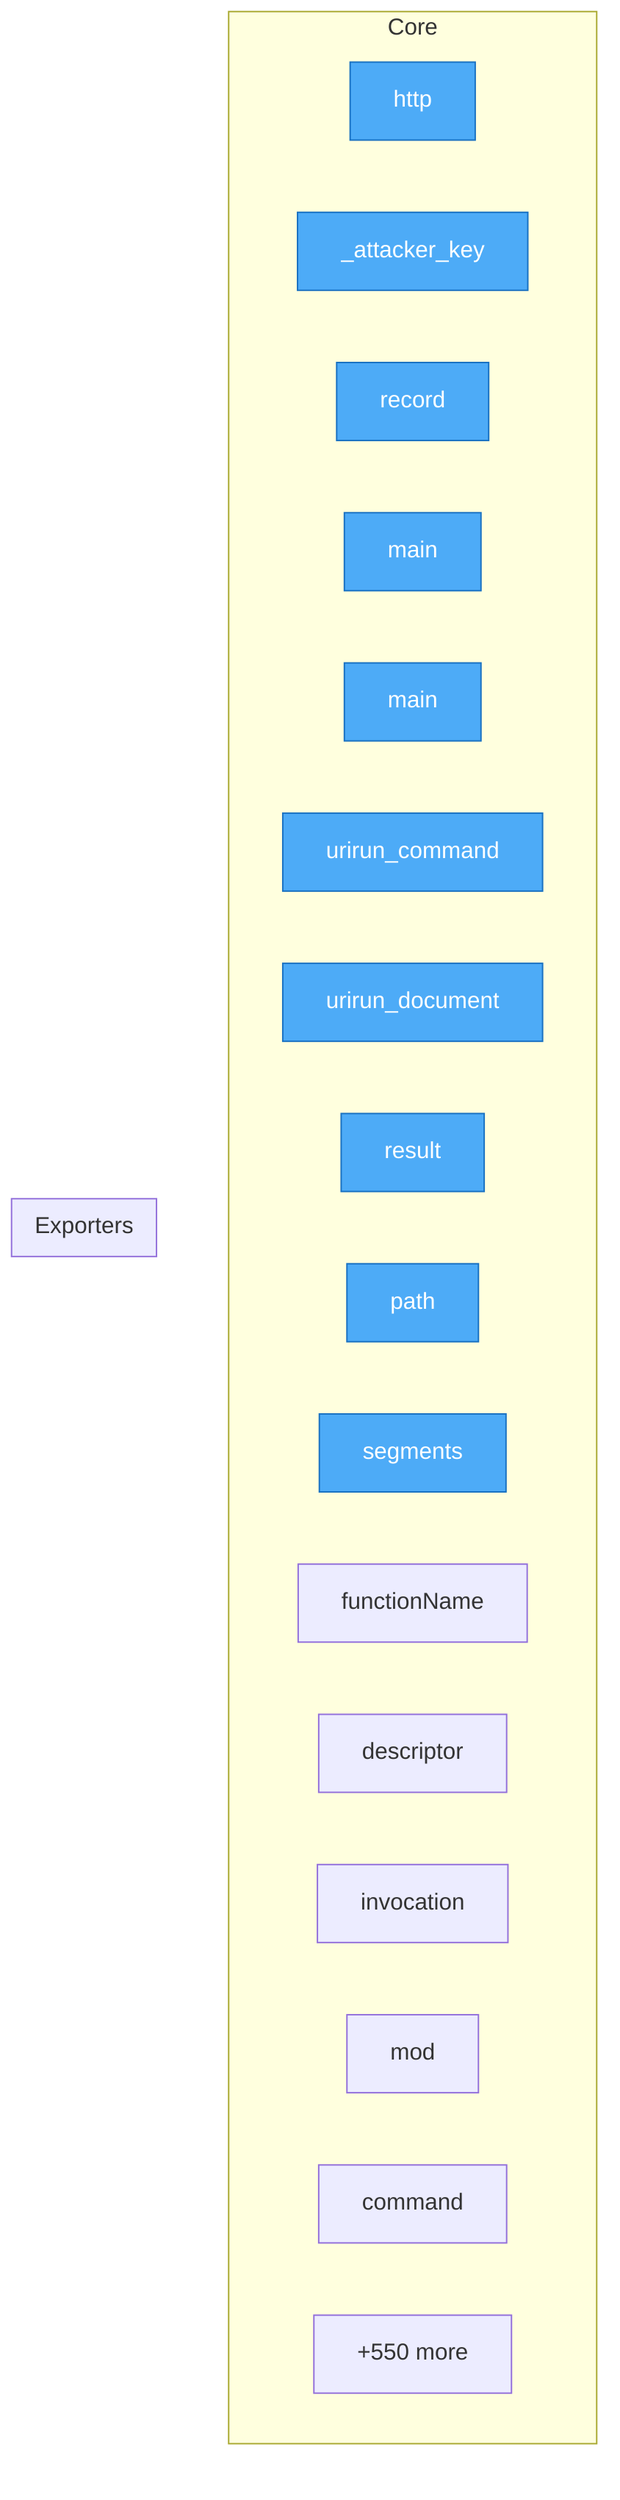
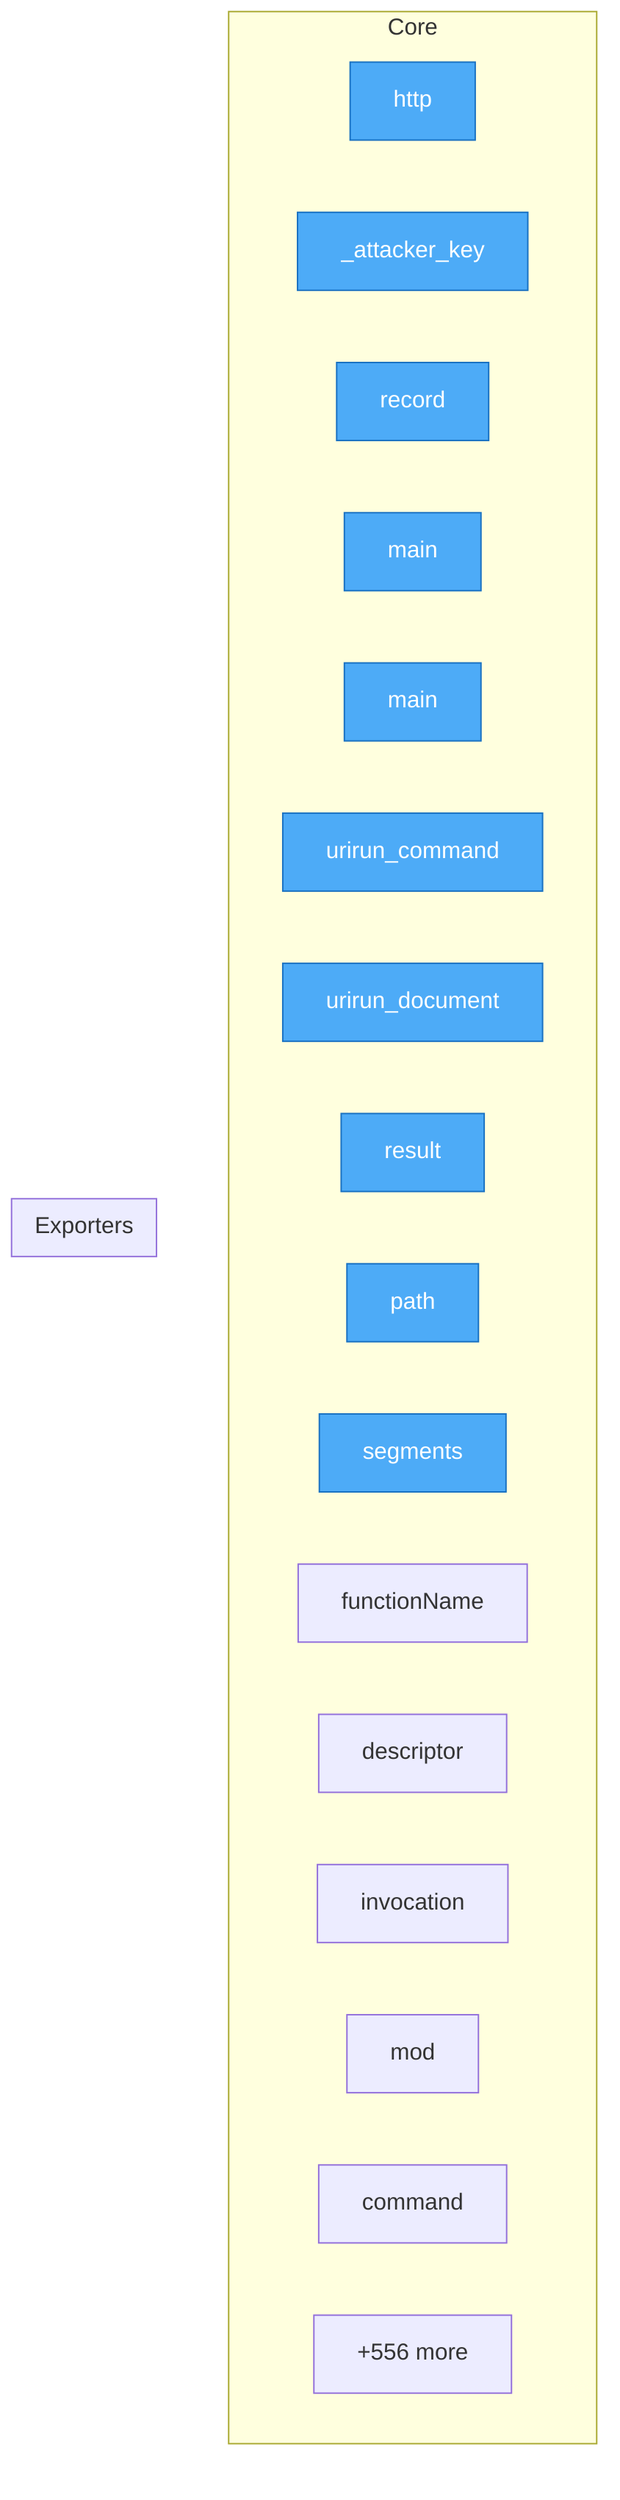
flowchart TD
- %% generated in 0.15s
+ %% generated in 0.04s

    %% Entry points (blue)
    classDef entry fill:#4dabf7,stroke:#1971c2,color:#fff

    subgraph Core
        security__mesh_probe__probe__http["http"]
        security__mesh_probe__probe___attacker_key["_attacker_key"]
        security__mesh_probe__probe__record["record"]
        adapters__conformance__main["main"]
        adapters__new_connector__main["main"]
        adapters__bash__urirun__urirun_command["urirun_command"]
        adapters__bash__urirun__urirun_document["urirun_document"]
        adapters__js__index__test__result["result"]
        adapters__js__path["path"]
        adapters__js__segments["segments"]
        adapters__js__functionName["functionName"]
        adapters__js__descriptor["descriptor"]
        adapters__js__invocation["invocation"]
        adapters__js__mod["mod"]
        adapters__java__Urirun__Urirun__command["command"]
-         ...["+550 more"]
+         ...["+556 more"]
    end

    subgraph Exporters
    end

    class security__mesh_probe__probe__http,security__mesh_probe__probe___attacker_key,security__mesh_probe__probe__record,adapters__conformance__main,adapters__new_connector__main,adapters__bash__urirun__urirun_command,adapters__bash__urirun__urirun_document,adapters__js__index__test__result,adapters__js__path,adapters__js__segments entry
